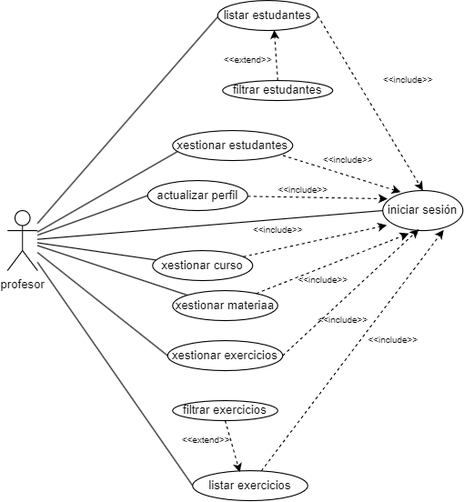
The draw.io diagram sql/casos de uso/casos de uso profesor.png in rikiotero/ProxectoDAW, before a commit. Source tidied: cells renumbered, new cells last; positions are measured from the earlier drawing's top-left corner, leaving out a move shared by most shapes. The source it was exported from:
```xml
<mxGraphModel>
  <root>
    <mxCell id="0" />
    <mxCell id="1" parent="0" />
    <mxCell id="2" value="profesor" style="shape=umlActor;verticalLabelPosition=bottom;verticalAlign=top;html=1;outlineConnect=0;" parent="1" vertex="1">
      <mxGeometry y="210" width="30" height="60" as="geometry" />
    </mxCell>
    <mxCell id="3" value="xestionar estudantes" style="ellipse;whiteSpace=wrap;html=1;" parent="1" vertex="1">
      <mxGeometry x="165" y="130" width="120" height="30" as="geometry" />
    </mxCell>
    <mxCell id="4" style="endArrow=none;html=1;rounded=0;endFill=0;entryX=0.038;entryY=0.706;entryDx=0;entryDy=0;entryPerimeter=0;" parent="1" edge="1" source="2" target="3">
      <mxGeometry relative="1" as="geometry" />
    </mxCell>
    <mxCell id="5" value="iniciar sesión" style="ellipse;whiteSpace=wrap;html=1;" parent="1" vertex="1">
      <mxGeometry x="375" y="190" width="80" height="40" as="geometry" />
    </mxCell>
    <mxCell id="6" style="endArrow=none;dashed=1;html=1;rounded=0;startArrow=classic;startFill=1;entryX=0.907;entryY=0.817;entryDx=0;entryDy=0;entryPerimeter=0;exitX=0.224;exitY=0.038;exitDx=0;exitDy=0;exitPerimeter=0;" parent="1" edge="1" source="5" target="3">
      <mxGeometry relative="1" as="geometry" />
    </mxCell>
    <mxCell id="7" style="endArrow=none;html=1;rounded=0;entryX=0;entryY=0.5;entryDx=0;entryDy=0;endFill=0;" parent="1" edge="1" source="2" target="5">
      <mxGeometry relative="1" as="geometry" />
    </mxCell>
    <mxCell id="8" value="&amp;lt;&amp;lt;include&amp;gt;&amp;gt;" style="text;html=1;align=center;verticalAlign=middle;strokeColor=none;fillColor=none;fontSize=9;" parent="1" vertex="1">
      <mxGeometry x="305" y="150" width="70" height="20" as="geometry" />
    </mxCell>
    <mxCell id="9" style="rounded=0;jettySize=auto;html=1;entryX=0.049;entryY=0.866;entryDx=0;entryDy=0;dashed=1;entryPerimeter=0;" parent="1" edge="1" source="10" target="5">
      <mxGeometry relative="1" as="geometry" />
    </mxCell>
    <mxCell id="10" value="xestionar curso" style="ellipse;whiteSpace=wrap;html=1;" parent="1" vertex="1">
      <mxGeometry x="145" y="250" width="100" height="30" as="geometry" />
    </mxCell>
    <mxCell id="11" style="endArrow=none;html=1;rounded=0;entryX=0.031;entryY=0.313;entryDx=0;entryDy=0;entryPerimeter=0;endFill=0;" parent="1" edge="1" source="2" target="10">
      <mxGeometry relative="1" as="geometry" />
    </mxCell>
    <mxCell id="12" value="&amp;lt;&amp;lt;include&amp;gt;&amp;gt;" style="text;html=1;align=center;verticalAlign=middle;strokeColor=none;fillColor=none;fontSize=9;" parent="1" vertex="1">
      <mxGeometry x="280" y="270" width="70" height="20" as="geometry" />
    </mxCell>
    <mxCell id="13" style="rounded=0;jettySize=auto;html=1;exitX=0;exitY=0.5;exitDx=0;exitDy=0;endArrow=none;endFill=0;" parent="1" edge="1" source="14" target="2">
      <mxGeometry relative="1" as="geometry" />
    </mxCell>
    <mxCell id="14" value="actualizar perfil" style="ellipse;whiteSpace=wrap;html=1;" parent="1" vertex="1">
      <mxGeometry x="140" y="180" width="100" height="30" as="geometry" />
    </mxCell>
    <mxCell id="15" value="&amp;lt;&amp;lt;include&amp;gt;&amp;gt;" style="text;html=1;align=center;verticalAlign=middle;points=[];strokeColor=none;fillColor=none;fontSize=9;" parent="1" vertex="1">
      <mxGeometry x="235" y="220" width="70" height="20" as="geometry" />
    </mxCell>
    <mxCell id="16" style="rounded=0;jettySize=auto;html=1;endArrow=none;endFill=0;exitX=0;exitY=0;exitDx=0;exitDy=0;" parent="1" edge="1" source="17" target="2">
      <mxGeometry relative="1" as="geometry" />
    </mxCell>
    <mxCell id="17" value="xestionar materiaa" style="ellipse;whiteSpace=wrap;html=1;" parent="1" vertex="1">
      <mxGeometry x="165" y="290" width="105" height="30" as="geometry" />
    </mxCell>
    <mxCell id="18" style="rounded=0;jettySize=auto;html=1;entryX=0.325;entryY=1.072;entryDx=0;entryDy=0;entryPerimeter=0;dashed=1;" parent="1" edge="1" source="17" target="5">
      <mxGeometry relative="1" as="geometry" />
    </mxCell>
    <mxCell id="19" style="rounded=0;jettySize=auto;html=1;entryX=0.059;entryY=0.206;entryDx=0;entryDy=0;entryPerimeter=0;dashed=1;" parent="1" edge="1" source="14" target="5">
      <mxGeometry relative="1" as="geometry" />
    </mxCell>
    <mxCell id="20" value="&amp;lt;&amp;lt;include&amp;gt;&amp;gt;" style="text;html=1;align=center;verticalAlign=middle;points=[];strokeColor=none;fillColor=none;fontSize=9;" parent="1" vertex="1">
      <mxGeometry x="260" y="180" width="70" height="20" as="geometry" />
    </mxCell>
    <mxCell id="21" style="rounded=0;jettySize=auto;html=1;endArrow=none;endFill=0;exitX=0.082;exitY=0.234;exitDx=0;exitDy=0;exitPerimeter=0;" parent="1" edge="1" source="23" target="2">
      <mxGeometry relative="1" as="geometry" />
    </mxCell>
    <mxCell id="22" style="rounded=0;jettySize=auto;html=1;exitX=1;exitY=0.5;exitDx=0;exitDy=0;entryX=0.5;entryY=0;entryDx=0;entryDy=0;dashed=1;" parent="1" edge="1" source="23" target="5">
      <mxGeometry relative="1" as="geometry" />
    </mxCell>
    <mxCell id="23" value="listar estudantes" style="ellipse;whiteSpace=wrap;html=1;" parent="1" vertex="1">
      <mxGeometry x="210" width="100" height="30" as="geometry" />
    </mxCell>
    <mxCell id="24" value="filtrar estudantes" style="ellipse;whiteSpace=wrap;html=1;" parent="1" vertex="1">
      <mxGeometry x="215" y="80" width="110" height="20" as="geometry" />
    </mxCell>
    <mxCell id="25" value="&amp;lt;&amp;lt;include&amp;gt;&amp;gt;" style="text;html=1;align=center;verticalAlign=middle;strokeColor=none;fillColor=none;fontSize=9;" parent="1" vertex="1">
      <mxGeometry x="365" y="70" width="70" height="20" as="geometry" />
    </mxCell>
    <mxCell id="26" style="rounded=0;jettySize=auto;html=1;exitX=0.5;exitY=0;exitDx=0;exitDy=0;entryX=0.565;entryY=0.982;entryDx=0;entryDy=0;entryPerimeter=0;dashed=1;" parent="1" edge="1" source="24" target="23">
      <mxGeometry relative="1" as="geometry" />
    </mxCell>
    <mxCell id="27" value="&amp;lt;&amp;lt;extend&amp;gt;&amp;gt;" style="text;html=1;align=center;verticalAlign=middle;strokeColor=none;fillColor=none;fontSize=9;" parent="1" vertex="1">
      <mxGeometry x="205" y="50" width="70" height="20" as="geometry" />
    </mxCell>
    <mxCell id="28" value="xestionar exercicios" style="ellipse;whiteSpace=wrap;html=1;" parent="1" vertex="1">
      <mxGeometry x="160" y="340" width="115" height="30" as="geometry" />
    </mxCell>
    <mxCell id="29" value="filtrar exercicios" style="ellipse;whiteSpace=wrap;html=1;" parent="1" vertex="1">
      <mxGeometry x="165" y="400" width="105" height="20" as="geometry" />
    </mxCell>
    <mxCell id="30" value="&amp;lt;&amp;lt;extend&amp;gt;&amp;gt;" style="text;html=1;align=center;verticalAlign=middle;strokeColor=none;fillColor=none;fontSize=9;" parent="1" vertex="1">
      <mxGeometry x="162.5" y="430" width="70" height="20" as="geometry" />
    </mxCell>
    <mxCell id="31" style="rounded=0;jettySize=auto;html=1;exitX=0;exitY=0.5;exitDx=0;exitDy=0;endArrow=none;endFill=0;" parent="1" edge="1" source="32" target="2">
      <mxGeometry relative="1" as="geometry" />
    </mxCell>
    <mxCell id="32" value="listar exercicios" style="ellipse;whiteSpace=wrap;html=1;" parent="1" vertex="1">
      <mxGeometry x="185" y="470" width="115" height="30" as="geometry" />
    </mxCell>
    <mxCell id="33" style="rounded=0;jettySize=auto;html=1;exitX=0.5;exitY=1;exitDx=0;exitDy=0;entryX=0.41;entryY=0.051;entryDx=0;entryDy=0;entryPerimeter=0;dashed=1;" parent="1" edge="1" source="29" target="32">
      <mxGeometry relative="1" as="geometry" />
    </mxCell>
    <mxCell id="34" style="rounded=0;jettySize=auto;html=1;exitX=0;exitY=0.5;exitDx=0;exitDy=0;endArrow=none;endFill=0;" parent="1" edge="1" source="28" target="2">
      <mxGeometry relative="1" as="geometry" />
    </mxCell>
    <mxCell id="35" style="rounded=0;jettySize=auto;html=1;exitX=1;exitY=0.5;exitDx=0;exitDy=0;entryX=0.45;entryY=0.969;entryDx=0;entryDy=0;entryPerimeter=0;dashed=1;" parent="1" edge="1" source="28" target="5">
      <mxGeometry relative="1" as="geometry" />
    </mxCell>
    <mxCell id="36" style="rounded=0;jettySize=auto;html=1;entryX=0.76;entryY=0.986;entryDx=0;entryDy=0;entryPerimeter=0;dashed=1;" parent="1" edge="1" source="32" target="5">
      <mxGeometry relative="1" as="geometry" />
    </mxCell>
    <mxCell id="37" value="&amp;lt;&amp;lt;include&amp;gt;&amp;gt;" style="text;html=1;align=center;verticalAlign=middle;strokeColor=none;fillColor=none;fontSize=9;" parent="1" vertex="1">
      <mxGeometry x="300" y="310" width="70" height="20" as="geometry" />
    </mxCell>
    <mxCell id="38" value="&amp;lt;&amp;lt;include&amp;gt;&amp;gt;" style="text;html=1;align=center;verticalAlign=middle;strokeColor=none;fillColor=none;fontSize=9;" parent="1" vertex="1">
      <mxGeometry x="350" y="330" width="70" height="20" as="geometry" />
    </mxCell>
  </root>
</mxGraphModel>
```
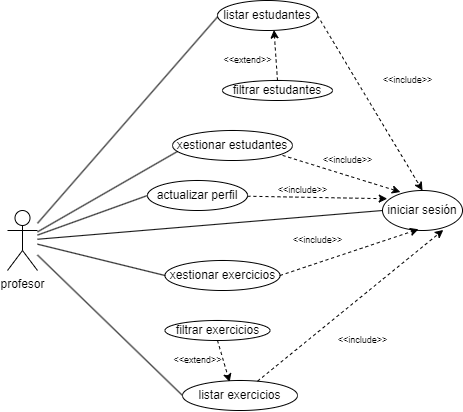
Later version of the same file.

Diff of the diagram source:
```diff
@@ -23,95 +23,71 @@
     <mxCell id="8" value="&amp;lt;&amp;lt;include&amp;gt;&amp;gt;" style="text;html=1;align=center;verticalAlign=middle;strokeColor=none;fillColor=none;fontSize=9;" parent="1" vertex="1">
       <mxGeometry x="305" y="150" width="70" height="20" as="geometry" />
     </mxCell>
-    <mxCell id="9" style="rounded=0;jettySize=auto;html=1;entryX=0.049;entryY=0.866;entryDx=0;entryDy=0;dashed=1;entryPerimeter=0;" parent="1" edge="1" source="10" target="5">
+    <mxCell id="9" style="rounded=0;jettySize=auto;html=1;exitX=0;exitY=0.5;exitDx=0;exitDy=0;endArrow=none;endFill=0;" parent="1" edge="1" source="10" target="2">
       <mxGeometry relative="1" as="geometry" />
     </mxCell>
-    <mxCell id="10" value="xestionar curso" style="ellipse;whiteSpace=wrap;html=1;" parent="1" vertex="1">
-      <mxGeometry x="145" y="250" width="100" height="30" as="geometry" />
+    <mxCell id="10" value="actualizar perfil" style="ellipse;whiteSpace=wrap;html=1;" parent="1" vertex="1">
+      <mxGeometry x="140" y="180" width="100" height="30" as="geometry" />
     </mxCell>
-    <mxCell id="11" style="endArrow=none;html=1;rounded=0;entryX=0.031;entryY=0.313;entryDx=0;entryDy=0;entryPerimeter=0;endFill=0;" parent="1" edge="1" source="2" target="10">
+    <mxCell id="11" style="rounded=0;jettySize=auto;html=1;entryX=0.059;entryY=0.206;entryDx=0;entryDy=0;entryPerimeter=0;dashed=1;" parent="1" edge="1" source="10" target="5">
       <mxGeometry relative="1" as="geometry" />
     </mxCell>
     <mxCell id="12" value="&amp;lt;&amp;lt;include&amp;gt;&amp;gt;" style="text;html=1;align=center;verticalAlign=middle;strokeColor=none;fillColor=none;fontSize=9;" parent="1" vertex="1">
-      <mxGeometry x="280" y="270" width="70" height="20" as="geometry" />
+      <mxGeometry x="260" y="180" width="70" height="20" as="geometry" />
     </mxCell>
-    <mxCell id="13" style="rounded=0;jettySize=auto;html=1;exitX=0;exitY=0.5;exitDx=0;exitDy=0;endArrow=none;endFill=0;" parent="1" edge="1" source="14" target="2">
+    <mxCell id="13" style="rounded=0;jettySize=auto;html=1;endArrow=none;endFill=0;exitX=0.082;exitY=0.234;exitDx=0;exitDy=0;exitPerimeter=0;" parent="1" edge="1" source="15" target="2">
       <mxGeometry relative="1" as="geometry" />
     </mxCell>
-    <mxCell id="14" value="actualizar perfil" style="ellipse;whiteSpace=wrap;html=1;" parent="1" vertex="1">
-      <mxGeometry x="140" y="180" width="100" height="30" as="geometry" />
+    <mxCell id="14" style="rounded=0;jettySize=auto;html=1;exitX=1;exitY=0.5;exitDx=0;exitDy=0;entryX=0.5;entryY=0;entryDx=0;entryDy=0;dashed=1;" parent="1" edge="1" source="15" target="5">
+      <mxGeometry relative="1" as="geometry" />
     </mxCell>
-    <mxCell id="15" value="&amp;lt;&amp;lt;include&amp;gt;&amp;gt;" style="text;html=1;align=center;verticalAlign=middle;points=[];strokeColor=none;fillColor=none;fontSize=9;" parent="1" vertex="1">
-      <mxGeometry x="235" y="220" width="70" height="20" as="geometry" />
+    <mxCell id="15" value="listar estudantes" style="ellipse;whiteSpace=wrap;html=1;" parent="1" vertex="1">
+      <mxGeometry x="210" width="100" height="30" as="geometry" />
     </mxCell>
-    <mxCell id="16" style="rounded=0;jettySize=auto;html=1;endArrow=none;endFill=0;exitX=0;exitY=0;exitDx=0;exitDy=0;" parent="1" edge="1" source="17" target="2">
-      <mxGeometry relative="1" as="geometry" />
+    <mxCell id="16" value="filtrar estudantes" style="ellipse;whiteSpace=wrap;html=1;" parent="1" vertex="1">
+      <mxGeometry x="215" y="80" width="110" height="20" as="geometry" />
     </mxCell>
-    <mxCell id="17" value="xestionar materiaa" style="ellipse;whiteSpace=wrap;html=1;" parent="1" vertex="1">
-      <mxGeometry x="165" y="290" width="105" height="30" as="geometry" />
+    <mxCell id="17" value="&amp;lt;&amp;lt;include&amp;gt;&amp;gt;" style="text;html=1;align=center;verticalAlign=middle;points=[];strokeColor=none;fillColor=none;fontSize=9;" parent="1" vertex="1">
+      <mxGeometry x="365" y="70" width="70" height="20" as="geometry" />
     </mxCell>
-    <mxCell id="18" style="rounded=0;jettySize=auto;html=1;entryX=0.325;entryY=1.072;entryDx=0;entryDy=0;entryPerimeter=0;dashed=1;" parent="1" edge="1" source="17" target="5">
+    <mxCell id="18" style="rounded=0;jettySize=auto;html=1;exitX=0.5;exitY=0;exitDx=0;exitDy=0;entryX=0.565;entryY=0.982;entryDx=0;entryDy=0;entryPerimeter=0;dashed=1;" parent="1" edge="1" source="16" target="15">
       <mxGeometry relative="1" as="geometry" />
     </mxCell>
-    <mxCell id="19" style="rounded=0;jettySize=auto;html=1;entryX=0.059;entryY=0.206;entryDx=0;entryDy=0;entryPerimeter=0;dashed=1;" parent="1" edge="1" source="14" target="5">
-      <mxGeometry relative="1" as="geometry" />
+    <mxCell id="19" value="&amp;lt;&amp;lt;extend&amp;gt;&amp;gt;" style="text;html=1;align=center;verticalAlign=middle;strokeColor=none;fillColor=none;fontSize=9;" parent="1" vertex="1">
+      <mxGeometry x="205" y="50" width="70" height="20" as="geometry" />
     </mxCell>
-    <mxCell id="20" value="&amp;lt;&amp;lt;include&amp;gt;&amp;gt;" style="text;html=1;align=center;verticalAlign=middle;points=[];strokeColor=none;fillColor=none;fontSize=9;" parent="1" vertex="1">
-      <mxGeometry x="260" y="180" width="70" height="20" as="geometry" />
+    <mxCell id="20" value="xestionar exercicios" style="ellipse;whiteSpace=wrap;html=1;" parent="1" vertex="1">
+      <mxGeometry x="157.5" y="260" width="115" height="30" as="geometry" />
     </mxCell>
-    <mxCell id="21" style="rounded=0;jettySize=auto;html=1;endArrow=none;endFill=0;exitX=0.082;exitY=0.234;exitDx=0;exitDy=0;exitPerimeter=0;" parent="1" edge="1" source="23" target="2">
-      <mxGeometry relative="1" as="geometry" />
+    <mxCell id="21" value="filtrar exercicios" style="ellipse;whiteSpace=wrap;html=1;" parent="1" vertex="1">
+      <mxGeometry x="157.5" y="320" width="105" height="20" as="geometry" />
     </mxCell>
-    <mxCell id="22" style="rounded=0;jettySize=auto;html=1;exitX=1;exitY=0.5;exitDx=0;exitDy=0;entryX=0.5;entryY=0;entryDx=0;entryDy=0;dashed=1;" parent="1" edge="1" source="23" target="5">
-      <mxGeometry relative="1" as="geometry" />
+    <mxCell id="22" value="&amp;lt;&amp;lt;extend&amp;gt;&amp;gt;" style="text;html=1;align=center;verticalAlign=middle;strokeColor=none;fillColor=none;fontSize=9;" parent="1" vertex="1">
+      <mxGeometry x="155" y="350" width="70" height="20" as="geometry" />
     </mxCell>
-    <mxCell id="23" value="listar estudantes" style="ellipse;whiteSpace=wrap;html=1;" parent="1" vertex="1">
-      <mxGeometry x="210" width="100" height="30" as="geometry" />
+    <mxCell id="23" style="rounded=0;jettySize=auto;html=1;exitX=0;exitY=0.5;exitDx=0;exitDy=0;endArrow=none;endFill=0;" parent="1" edge="1" source="24" target="2">
+      <mxGeometry relative="1" as="geometry" />
     </mxCell>
-    <mxCell id="24" value="filtrar estudantes" style="ellipse;whiteSpace=wrap;html=1;" parent="1" vertex="1">
-      <mxGeometry x="215" y="80" width="110" height="20" as="geometry" />
+    <mxCell id="24" value="listar exercicios" style="ellipse;whiteSpace=wrap;html=1;" parent="1" vertex="1">
+      <mxGeometry x="175" y="380" width="115" height="30" as="geometry" />
     </mxCell>
-    <mxCell id="25" value="&amp;lt;&amp;lt;include&amp;gt;&amp;gt;" style="text;html=1;align=center;verticalAlign=middle;strokeColor=none;fillColor=none;fontSize=9;" parent="1" vertex="1">
-      <mxGeometry x="365" y="70" width="70" height="20" as="geometry" />
+    <mxCell id="25" style="rounded=0;jettySize=auto;html=1;exitX=0.5;exitY=1;exitDx=0;exitDy=0;entryX=0.41;entryY=0.051;entryDx=0;entryDy=0;entryPerimeter=0;dashed=1;" parent="1" edge="1" source="21" target="24">
+      <mxGeometry relative="1" as="geometry" />
     </mxCell>
-    <mxCell id="26" style="rounded=0;jettySize=auto;html=1;exitX=0.5;exitY=0;exitDx=0;exitDy=0;entryX=0.565;entryY=0.982;entryDx=0;entryDy=0;entryPerimeter=0;dashed=1;" parent="1" edge="1" source="24" target="23">
+    <mxCell id="26" style="rounded=0;jettySize=auto;html=1;exitX=0;exitY=0.5;exitDx=0;exitDy=0;endArrow=none;endFill=0;" parent="1" edge="1" source="20" target="2">
       <mxGeometry relative="1" as="geometry" />
     </mxCell>
-    <mxCell id="27" value="&amp;lt;&amp;lt;extend&amp;gt;&amp;gt;" style="text;html=1;align=center;verticalAlign=middle;strokeColor=none;fillColor=none;fontSize=9;" parent="1" vertex="1">
-      <mxGeometry x="205" y="50" width="70" height="20" as="geometry" />
+    <mxCell id="27" style="rounded=0;jettySize=auto;html=1;exitX=1;exitY=0.5;exitDx=0;exitDy=0;entryX=0.45;entryY=0.969;entryDx=0;entryDy=0;entryPerimeter=0;dashed=1;" parent="1" edge="1" source="20" target="5">
+      <mxGeometry relative="1" as="geometry" />
     </mxCell>
-    <mxCell id="28" value="xestionar exercicios" style="ellipse;whiteSpace=wrap;html=1;" parent="1" vertex="1">
-      <mxGeometry x="160" y="340" width="115" height="30" as="geometry" />
+    <mxCell id="28" style="rounded=0;jettySize=auto;html=1;entryX=0.76;entryY=0.986;entryDx=0;entryDy=0;entryPerimeter=0;dashed=1;" parent="1" edge="1" source="24" target="5">
+      <mxGeometry relative="1" as="geometry" />
     </mxCell>
-    <mxCell id="29" value="filtrar exercicios" style="ellipse;whiteSpace=wrap;html=1;" parent="1" vertex="1">
-      <mxGeometry x="165" y="400" width="105" height="20" as="geometry" />
+    <mxCell id="29" value="&amp;lt;&amp;lt;include&amp;gt;&amp;gt;" style="text;html=1;align=center;verticalAlign=middle;points=[];strokeColor=none;fillColor=none;fontSize=9;" parent="1" vertex="1">
+      <mxGeometry x="275" y="230" width="70" height="20" as="geometry" />
     </mxCell>
-    <mxCell id="30" value="&amp;lt;&amp;lt;extend&amp;gt;&amp;gt;" style="text;html=1;align=center;verticalAlign=middle;strokeColor=none;fillColor=none;fontSize=9;" parent="1" vertex="1">
-      <mxGeometry x="162.5" y="430" width="70" height="20" as="geometry" />
+    <mxCell id="30" value="&amp;lt;&amp;lt;include&amp;gt;&amp;gt;" style="text;html=1;align=center;verticalAlign=middle;strokeColor=none;fillColor=none;fontSize=9;" parent="1" vertex="1">
+      <mxGeometry x="320" y="330" width="70" height="20" as="geometry" />
     </mxCell>
-    <mxCell id="31" style="rounded=0;jettySize=auto;html=1;exitX=0;exitY=0.5;exitDx=0;exitDy=0;endArrow=none;endFill=0;" parent="1" edge="1" source="32" target="2">
-      <mxGeometry relative="1" as="geometry" />
-    </mxCell>
-    <mxCell id="32" value="listar exercicios" style="ellipse;whiteSpace=wrap;html=1;" parent="1" vertex="1">
-      <mxGeometry x="185" y="470" width="115" height="30" as="geometry" />
-    </mxCell>
-    <mxCell id="33" style="rounded=0;jettySize=auto;html=1;exitX=0.5;exitY=1;exitDx=0;exitDy=0;entryX=0.41;entryY=0.051;entryDx=0;entryDy=0;entryPerimeter=0;dashed=1;" parent="1" edge="1" source="29" target="32">
-      <mxGeometry relative="1" as="geometry" />
-    </mxCell>
-    <mxCell id="34" style="rounded=0;jettySize=auto;html=1;exitX=0;exitY=0.5;exitDx=0;exitDy=0;endArrow=none;endFill=0;" parent="1" edge="1" source="28" target="2">
-      <mxGeometry relative="1" as="geometry" />
-    </mxCell>
-    <mxCell id="35" style="rounded=0;jettySize=auto;html=1;exitX=1;exitY=0.5;exitDx=0;exitDy=0;entryX=0.45;entryY=0.969;entryDx=0;entryDy=0;entryPerimeter=0;dashed=1;" parent="1" edge="1" source="28" target="5">
-      <mxGeometry relative="1" as="geometry" />
-    </mxCell>
-    <mxCell id="36" style="rounded=0;jettySize=auto;html=1;entryX=0.76;entryY=0.986;entryDx=0;entryDy=0;entryPerimeter=0;dashed=1;" parent="1" edge="1" source="32" target="5">
-      <mxGeometry relative="1" as="geometry" />
-    </mxCell>
-    <mxCell id="37" value="&amp;lt;&amp;lt;include&amp;gt;&amp;gt;" style="text;html=1;align=center;verticalAlign=middle;strokeColor=none;fillColor=none;fontSize=9;" parent="1" vertex="1">
-      <mxGeometry x="300" y="310" width="70" height="20" as="geometry" />
-    </mxCell>
-    <mxCell id="38" value="&amp;lt;&amp;lt;include&amp;gt;&amp;gt;" style="text;html=1;align=center;verticalAlign=middle;strokeColor=none;fillColor=none;fontSize=9;" parent="1" vertex="1">
-      <mxGeometry x="350" y="330" width="70" height="20" as="geometry" />
-    </mxCell>
   </root>
 </mxGraphModel>
```
